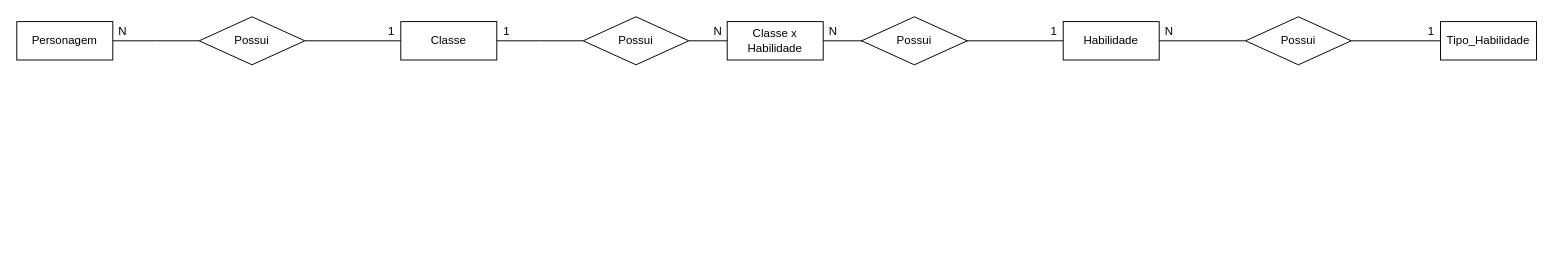
Above: page "CONCEITUAL" (1 of 2) of Modelagem/HROADS.drawio.drawio in Anny-Pereira/Projeto_HROADS (draw.io), before the change. Source tidied: cells renumbered, new cells numbered last; positions are measured from the earlier drawing's top-left corner, leaving out a move shared by most shapes. Both pictures are drawn from the tidied source at 96%, with x=0, y=0 at pixel (16, 16).
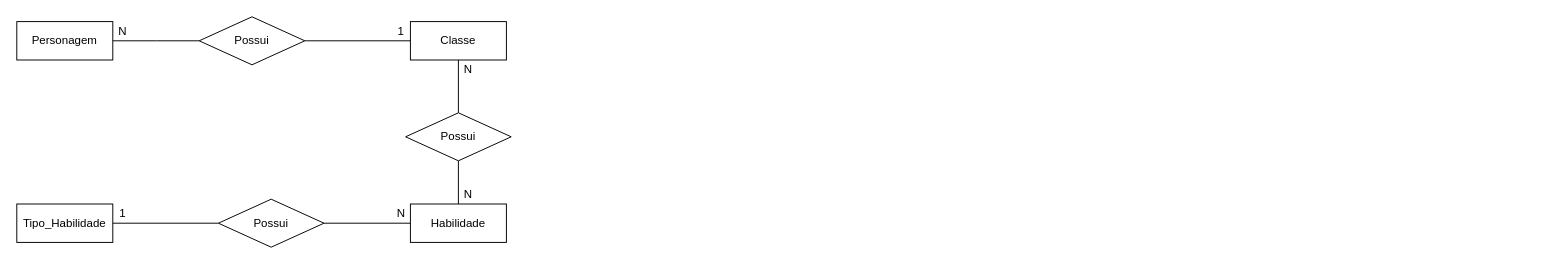
The same page after the edit.

Change to the diagram source:
```diff
@@
     <mxCell id="3" value="Classe" style="whiteSpace=wrap;html=1;align=center;" parent="1" vertex="1">
-      <mxGeometry x="400" y="5" width="100" height="40" as="geometry" />
+      <mxGeometry x="410" y="5" width="100" height="40" as="geometry" />
     </mxCell>
     <mxCell id="4" value="Habilidade" style="whiteSpace=wrap;html=1;align=center;" parent="1" vertex="1">
-      <mxGeometry x="1090" y="5" width="100" height="40" as="geometry" />
+      <mxGeometry x="410" y="195" width="100" height="40" as="geometry" />
     </mxCell>
     <mxCell id="5" value="Tipo_Habilidade" style="whiteSpace=wrap;html=1;align=center;" parent="1" vertex="1">
-      <mxGeometry x="1483" y="5" width="100" height="40" as="geometry" />
+      <mxGeometry y="195" width="100" height="40" as="geometry" />
     </mxCell>
@@
     <mxCell id="10" value="1" style="text;html=1;align=center;verticalAlign=middle;strokeColor=none;" parent="1" vertex="1">
-      <mxGeometry x="380" y="5" width="20" height="20" as="geometry" />
+      <mxGeometry x="390" y="5" width="20" height="20" as="geometry" />
     </mxCell>
-    <mxCell id="11" style="edgeStyle=orthogonalEdgeStyle;rounded=0;jettySize=auto;html=1;endArrow=none;endFill=0;" parent="1" edge="1" source="13">
-      <mxGeometry relative="1" as="geometry">
-        <mxPoint x="500" y="25" as="targetPoint" />
-      </mxGeometry>
-    </mxCell>
-    <mxCell id="12" style="edgeStyle=orthogonalEdgeStyle;rounded=0;jettySize=auto;html=1;endArrow=none;endFill=0;" parent="1" edge="1" source="13" target="4">
-      <mxGeometry relative="1" as="geometry" />
-    </mxCell>
-    <mxCell id="13" value="Possui" style="shape=rhombus;perimeter=rhombusPerimeter;whiteSpace=wrap;html=1;align=center;" parent="1" vertex="1">
-      <mxGeometry x="590" width="110" height="50" as="geometry" />
-    </mxCell>
-    <mxCell id="14" style="edgeStyle=orthogonalEdgeStyle;rounded=0;jettySize=auto;html=1;endArrow=none;endFill=0;" parent="1" edge="1" source="16">
-      <mxGeometry relative="1" as="geometry">
-        <mxPoint x="1190" y="25" as="targetPoint" />
-      </mxGeometry>
-    </mxCell>
@@
+    <mxCell id="25" style="edgeStyle=orthogonalEdgeStyle;rounded=0;jettySize=auto;html=1;endArrow=none;endFill=0;" parent="1" edge="1" source="16" target="4">
+      <mxGeometry relative="1" as="geometry" />
+    </mxCell>
     <mxCell id="16" value="Possui" style="shape=rhombus;perimeter=rhombusPerimeter;whiteSpace=wrap;html=1;align=center;" parent="1" vertex="1">
-      <mxGeometry x="1280" width="110" height="50" as="geometry" />
+      <mxGeometry x="210" y="190" width="110" height="50" as="geometry" />
     </mxCell>
     <mxCell id="17" value="N" style="text;html=1;align=center;verticalAlign=middle;strokeColor=none;" parent="1" vertex="1">
-      <mxGeometry x="1190" y="5" width="20" height="20" as="geometry" />
+      <mxGeometry x="390" y="195" width="20" height="20" as="geometry" />
     </mxCell>
     <mxCell id="18" value="1" style="text;html=1;align=center;verticalAlign=middle;strokeColor=none;" parent="1" vertex="1">
-      <mxGeometry x="1463" y="5" width="20" height="20" as="geometry" />
+      <mxGeometry x="100" y="195" width="20" height="20" as="geometry" />
     </mxCell>
-    <mxCell id="19" value="Possui" style="shape=rhombus;perimeter=rhombusPerimeter;whiteSpace=wrap;html=1;align=center;" parent="1" vertex="1">
-      <mxGeometry x="880" width="110" height="50" as="geometry" />
-    </mxCell>
-    <mxCell id="20" value="Classe x Habilidade" style="whiteSpace=wrap;html=1;align=center;" parent="1" vertex="1">
-      <mxGeometry x="740" y="5" width="100" height="40" as="geometry" />
-    </mxCell>
-    <mxCell id="21" value="1" style="text;html=1;align=center;verticalAlign=middle;strokeColor=none;" parent="1" vertex="1">
-      <mxGeometry x="500" y="5" width="20" height="20" as="geometry" />
-    </mxCell>
-    <mxCell id="22" value="1" style="text;html=1;align=center;verticalAlign=middle;strokeColor=none;" parent="1" vertex="1">
-      <mxGeometry x="1070" y="5" width="20" height="20" as="geometry" />
-    </mxCell>
-    <mxCell id="23" value="N" style="text;html=1;align=center;verticalAlign=middle;strokeColor=none;" parent="1" vertex="1">
-      <mxGeometry x="720" y="5" width="20" height="20" as="geometry" />
-    </mxCell>
-    <mxCell id="24" value="N" style="text;html=1;align=center;verticalAlign=middle;strokeColor=none;" parent="1" vertex="1">
-      <mxGeometry x="840" y="5" width="20" height="20" as="geometry" />
-    </mxCell>
+    <mxCell id="26" style="edgeStyle=orthogonalEdgeStyle;rounded=0;jettySize=auto;html=1;endArrow=none;endFill=0;" parent="1" edge="1" source="28" target="3">
+      <mxGeometry relative="1" as="geometry" />
+    </mxCell>
+    <mxCell id="27" style="edgeStyle=orthogonalEdgeStyle;rounded=0;jettySize=auto;html=1;endArrow=none;endFill=0;" parent="1" edge="1" source="28" target="4">
+      <mxGeometry relative="1" as="geometry" />
+    </mxCell>
+    <mxCell id="28" value="Possui" style="shape=rhombus;perimeter=rhombusPerimeter;whiteSpace=wrap;html=1;align=center;" parent="1" vertex="1">
+      <mxGeometry x="405" y="100" width="110" height="50" as="geometry" />
+    </mxCell>
+    <mxCell id="29" value="N" style="text;html=1;align=center;verticalAlign=middle;strokeColor=none;" parent="1" vertex="1">
+      <mxGeometry x="460" y="175" width="20" height="20" as="geometry" />
+    </mxCell>
+    <mxCell id="30" value="N" style="text;html=1;align=center;verticalAlign=middle;strokeColor=none;" parent="1" vertex="1">
+      <mxGeometry x="460" y="45" width="20" height="20" as="geometry" />
+    </mxCell>
```
